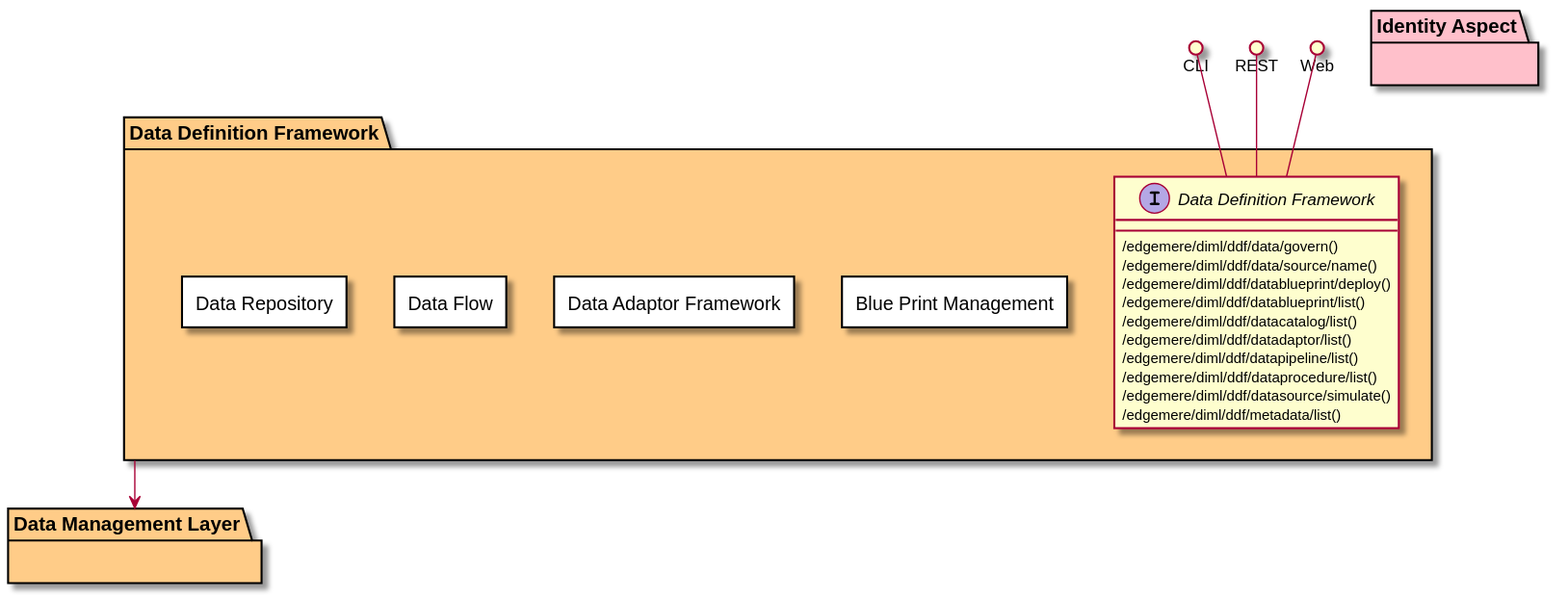
Above: docs/edgemere/diml/ddf/subpackage.svg in madajaju/edgemere (PlantUML), before the change.
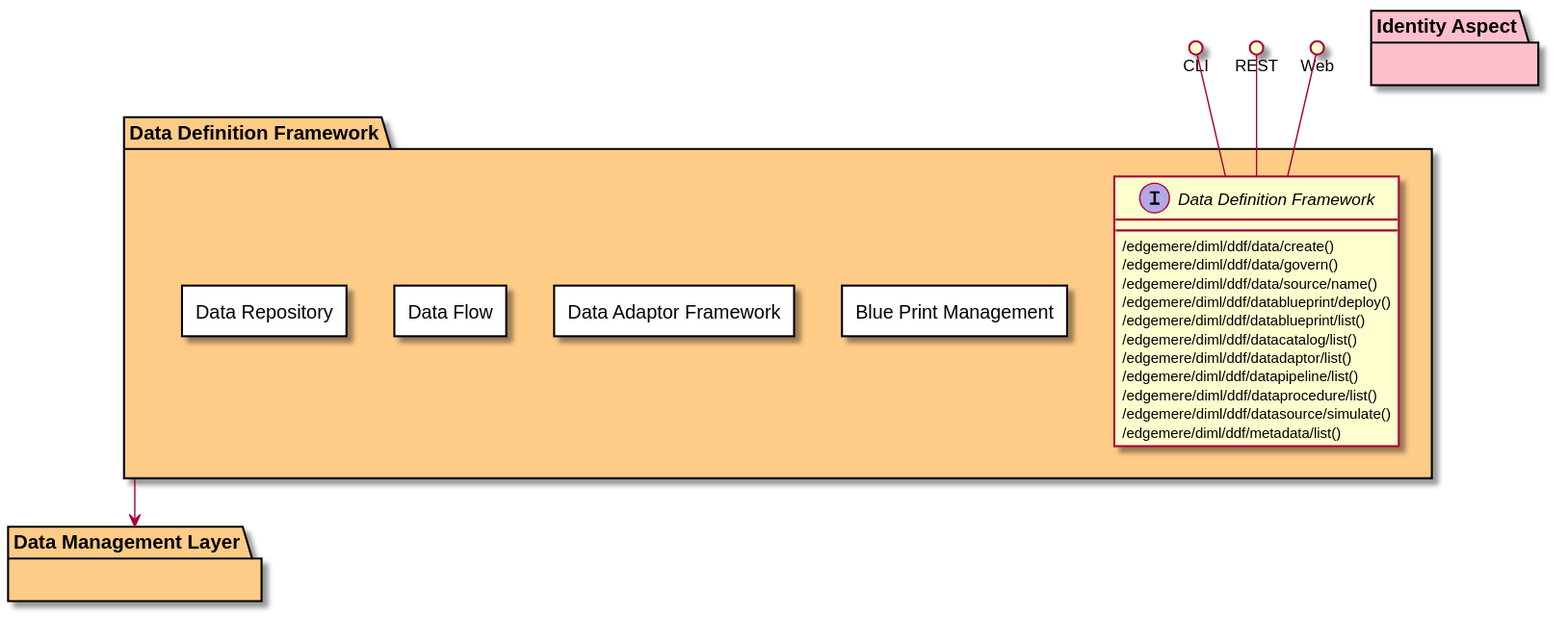
After the change.

Diff of the diagram source:
```diff
@@ -17,6 +17,7 @@
 package "Data Definition Framework" #ffcc88 {
 
     interface "Data Definition Framework" as i {
+            /edgemere/diml/ddf/data/create()
             /edgemere/diml/ddf/data/govern()
             /edgemere/diml/ddf/data/source/name()
             /edgemere/diml/ddf/datablueprint/deploy()
```
